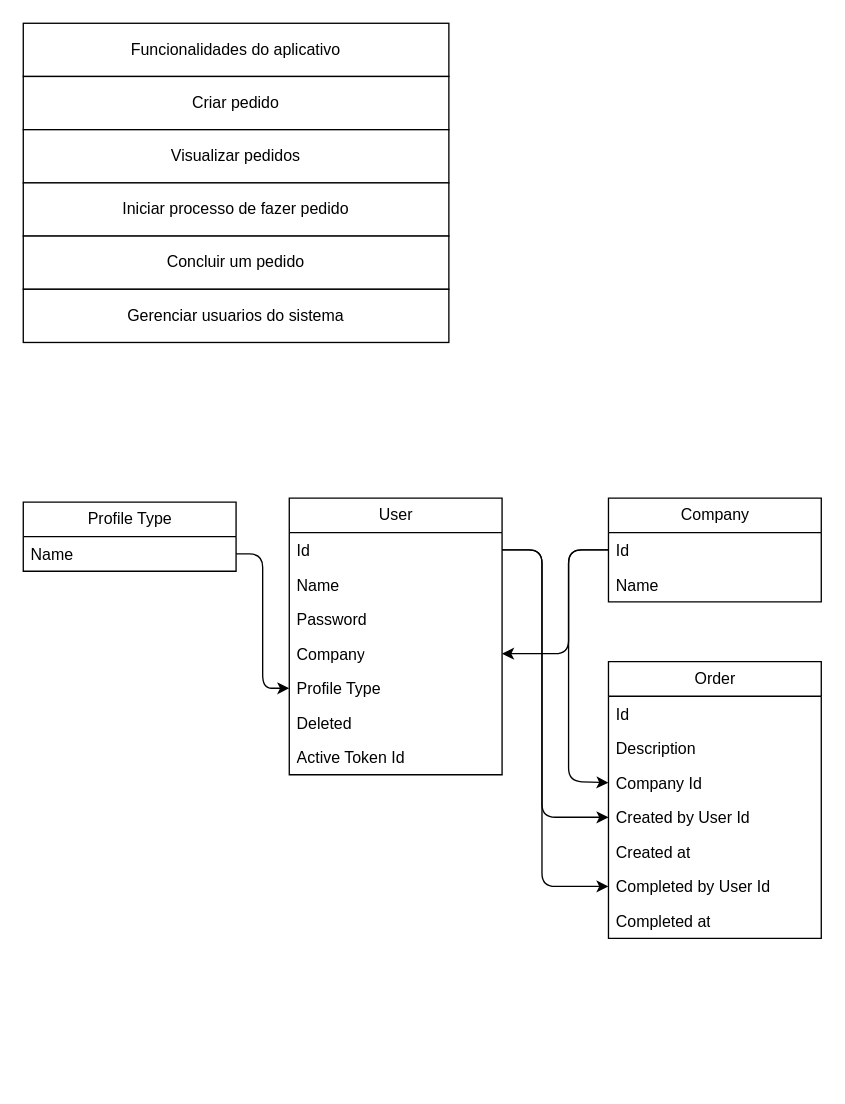
The draw.io diagram documentation.drawio in TakedaGalaxy/university-dm-order-manager, before the edit. Source tidied: cells renumbered, new cells numbered last; positions are measured from the earlier drawing's top-left corner, leaving out a move shared by most shapes. Both pictures are drawn from the tidied source at 133%, with x=0, y=0 at pixel (23, 23).
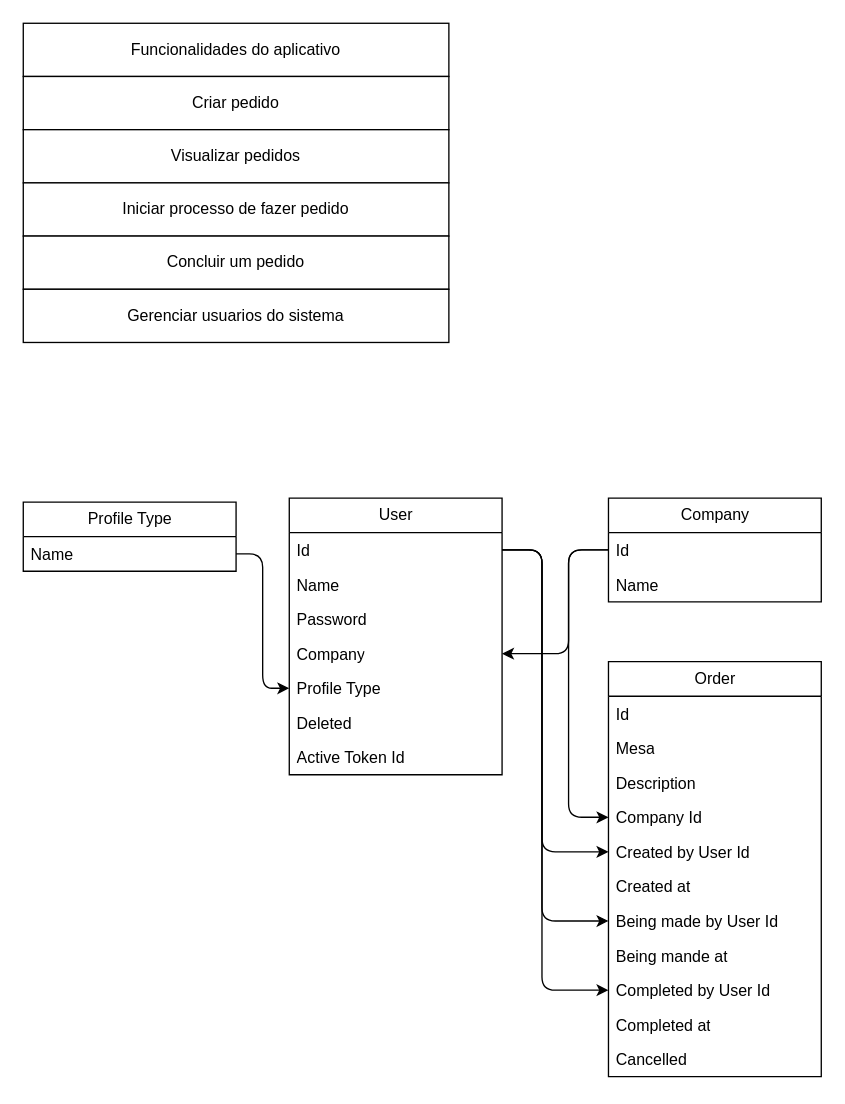
The same diagram, later.

The change refers to these unchanged cells:
```xml
<mxCell id="9" value="Id" style="text;strokeColor=none;fillColor=none;align=left;verticalAlign=top;spacingLeft=4;spacingRight=4;overflow=hidden;points=[[0,0.5],[1,0.5]];portConstraint=eastwest;whiteSpace=wrap;html=1;" parent="8" vertex="1">
  <mxGeometry y="26" width="160" height="26" as="geometry" />
</mxCell>
<mxCell id="25" value="Id" style="text;strokeColor=none;fillColor=none;align=left;verticalAlign=top;spacingLeft=4;spacingRight=4;overflow=hidden;points=[[0,0.5],[1,0.5]];portConstraint=eastwest;whiteSpace=wrap;html=1;" parent="24" vertex="1">
  <mxGeometry y="26" width="160" height="26" as="geometry" />
</mxCell>
```

What changed in the source:
```diff
@@
     <mxCell id="16" value="Order" style="swimlane;fontStyle=0;horizontal=1;startSize=26;fillColor=none;html=1;" parent="1" vertex="1">
-      <mxGeometry x="440" y="480" width="160" height="208" as="geometry" />
+      <mxGeometry x="440" y="480" width="160" height="312" as="geometry" />
     </mxCell>
@@
+    <mxCell id="34" value="Mesa" style="text;strokeColor=none;fillColor=none;align=left;verticalAlign=top;spacingLeft=4;spacingRight=4;overflow=hidden;whiteSpace=wrap;html=1;" parent="16" vertex="1">
+      <mxGeometry y="52" width="160" height="26" as="geometry" />
+    </mxCell>
     <mxCell id="18" value="Description" style="text;strokeColor=none;fillColor=none;align=left;verticalAlign=top;spacingLeft=4;spacingRight=4;overflow=hidden;whiteSpace=wrap;html=1;" parent="16" vertex="1">
-      <mxGeometry y="52" width="160" height="26" as="geometry" />
+      <mxGeometry y="78" width="160" height="26" as="geometry" />
     </mxCell>
     <mxCell id="19" value="Company Id" style="text;strokeColor=none;fillColor=none;align=left;verticalAlign=top;spacingLeft=4;spacingRight=4;overflow=hidden;points=[[0,0.5],[1,0.5]];portConstraint=eastwest;whiteSpace=wrap;html=1;" parent="16" vertex="1">
-      <mxGeometry y="78" width="160" height="26" as="geometry" />
+      <mxGeometry y="104" width="160" height="26" as="geometry" />
     </mxCell>
     <mxCell id="20" value="Created by User Id" style="text;strokeColor=none;fillColor=none;align=left;verticalAlign=top;spacingLeft=4;spacingRight=4;overflow=hidden;points=[[0,0.5],[1,0.5]];portConstraint=eastwest;whiteSpace=wrap;html=1;" parent="16" vertex="1">
-      <mxGeometry y="104" width="160" height="26" as="geometry" />
+      <mxGeometry y="130" width="160" height="26" as="geometry" />
     </mxCell>
     <mxCell id="21" value="Created at" style="text;strokeColor=none;fillColor=none;align=left;verticalAlign=top;spacingLeft=4;spacingRight=4;overflow=hidden;whiteSpace=wrap;html=1;" parent="16" vertex="1">
-      <mxGeometry y="130" width="160" height="26" as="geometry" />
+      <mxGeometry y="156" width="160" height="26" as="geometry" />
     </mxCell>
-    <mxCell id="22" value="Completed by User Id" style="text;strokeColor=none;fillColor=none;align=left;verticalAlign=top;spacingLeft=4;spacingRight=4;overflow=hidden;points=[[0,0.5],[1,0.5]];portConstraint=eastwest;whiteSpace=wrap;html=1;" parent="16" vertex="1">
-      <mxGeometry y="156" width="160" height="26" as="geometry" />
+    <mxCell id="22" value="Being made by User Id" style="text;strokeColor=none;fillColor=none;align=left;verticalAlign=top;spacingLeft=4;spacingRight=4;overflow=hidden;points=[[0,0.5],[1,0.5]];portConstraint=eastwest;whiteSpace=wrap;html=1;" parent="16" vertex="1">
+      <mxGeometry y="182" width="160" height="26" as="geometry" />
     </mxCell>
-    <mxCell id="23" value="Completed at" style="text;strokeColor=none;fillColor=none;align=left;verticalAlign=top;spacingLeft=4;spacingRight=4;overflow=hidden;whiteSpace=wrap;html=1;" parent="16" vertex="1">
-      <mxGeometry y="182" width="160" height="26" as="geometry" />
+    <mxCell id="23" value="Being mande at" style="text;strokeColor=none;fillColor=none;align=left;verticalAlign=top;spacingLeft=4;spacingRight=4;overflow=hidden;whiteSpace=wrap;html=1;" parent="16" vertex="1">
+      <mxGeometry y="208" width="160" height="26" as="geometry" />
     </mxCell>
+    <mxCell id="35" value="Completed by User Id" style="text;strokeColor=none;fillColor=none;align=left;verticalAlign=top;spacingLeft=4;spacingRight=4;overflow=hidden;points=[[0,0.5],[1,0.5]];portConstraint=eastwest;whiteSpace=wrap;html=1;" parent="16" vertex="1">
+      <mxGeometry y="234" width="160" height="26" as="geometry" />
+    </mxCell>
+    <mxCell id="36" value="Completed at" style="text;strokeColor=none;fillColor=none;align=left;verticalAlign=top;spacingLeft=4;spacingRight=4;overflow=hidden;whiteSpace=wrap;html=1;" parent="16" vertex="1">
+      <mxGeometry y="260" width="160" height="26" as="geometry" />
+    </mxCell>
+    <mxCell id="37" value="Cancelled" style="text;strokeColor=none;fillColor=none;align=left;verticalAlign=top;spacingLeft=4;spacingRight=4;overflow=hidden;whiteSpace=wrap;html=1;" parent="16" vertex="1">
+      <mxGeometry y="286" width="160" height="26" as="geometry" />
+    </mxCell>
@@
     <mxCell id="31" style="edgeStyle=orthogonalEdgeStyle;html=1;entryX=0;entryY=0.5;entryDx=0;entryDy=0;" parent="1" edge="1" source="9" target="20">
       <mxGeometry relative="1" as="geometry">
         <Array as="points">
           <mxPoint x="390" y="396" />
-          <mxPoint x="390" y="597" />
+          <mxPoint x="390" y="623" />
         </Array>
       </mxGeometry>
     </mxCell>
     <mxCell id="32" style="edgeStyle=orthogonalEdgeStyle;html=1;entryX=0;entryY=0.5;entryDx=0;entryDy=0;" parent="1" edge="1" source="25" target="19">
       <mxGeometry relative="1" as="geometry">
         <Array as="points">
           <mxPoint x="410" y="396" />
-          <mxPoint x="410" y="570" />
-          <mxPoint x="440" y="570" />
+          <mxPoint x="410" y="597" />
         </Array>
       </mxGeometry>
     </mxCell>
     <mxCell id="33" style="edgeStyle=orthogonalEdgeStyle;html=1;entryX=0;entryY=0.5;entryDx=0;entryDy=0;" parent="1" edge="1" source="9" target="22">
       <mxGeometry relative="1" as="geometry">
         <Array as="points">
           <mxPoint x="390" y="396" />
-          <mxPoint x="390" y="649" />
+          <mxPoint x="390" y="675" />
         </Array>
       </mxGeometry>
     </mxCell>
+    <mxCell id="38" style="edgeStyle=orthogonalEdgeStyle;html=1;exitX=1;exitY=0.5;exitDx=0;exitDy=0;entryX=0;entryY=0.5;entryDx=0;entryDy=0;" parent="1" edge="1" source="9" target="35">
+      <mxGeometry relative="1" as="geometry">
+        <Array as="points">
+          <mxPoint x="390" y="396" />
+          <mxPoint x="390" y="727" />
+        </Array>
+      </mxGeometry>
+    </mxCell>
```
